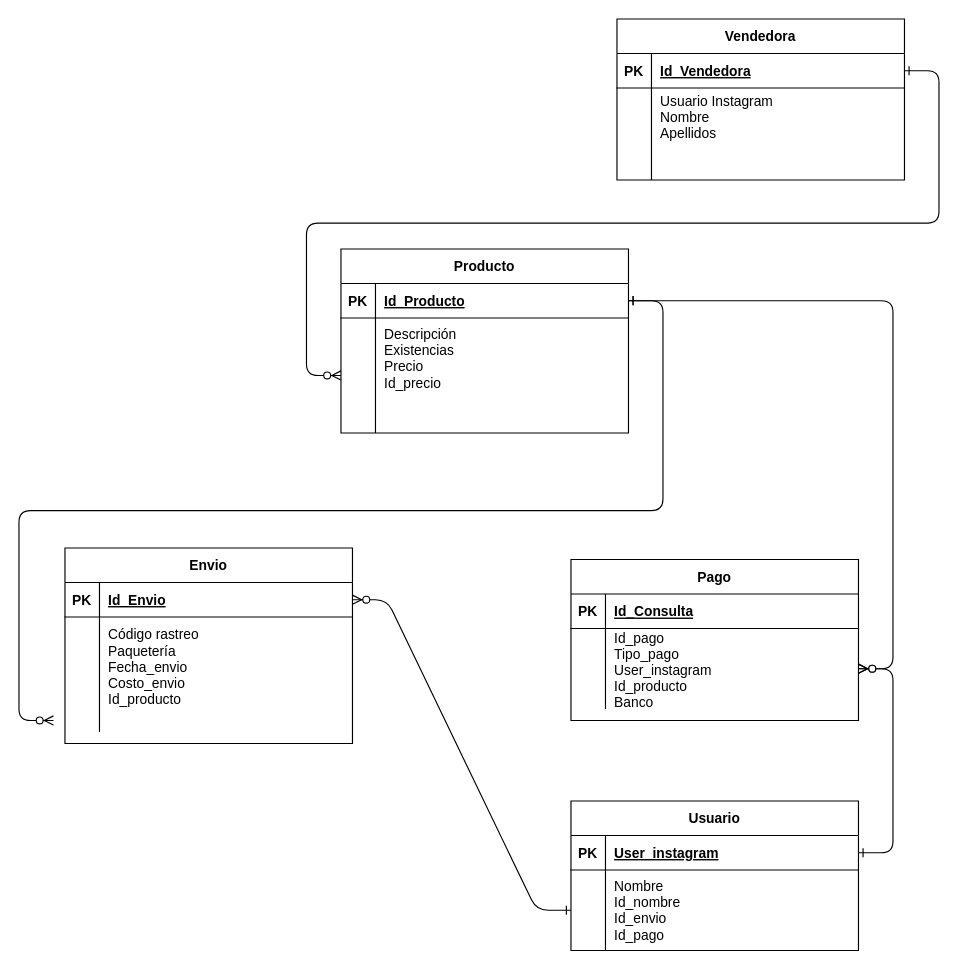
Above: Copy of TEyMD M1 examen 5.drawio in Shanleijest/test (draw.io), before the change. Source tidied: cells renumbered, new cells numbered last; positions are measured from the earlier drawing's top-left corner, leaving out a move shared by most shapes. Both pictures are drawn from the tidied source at 115%, with x=0, y=0 at pixel (53, 18).
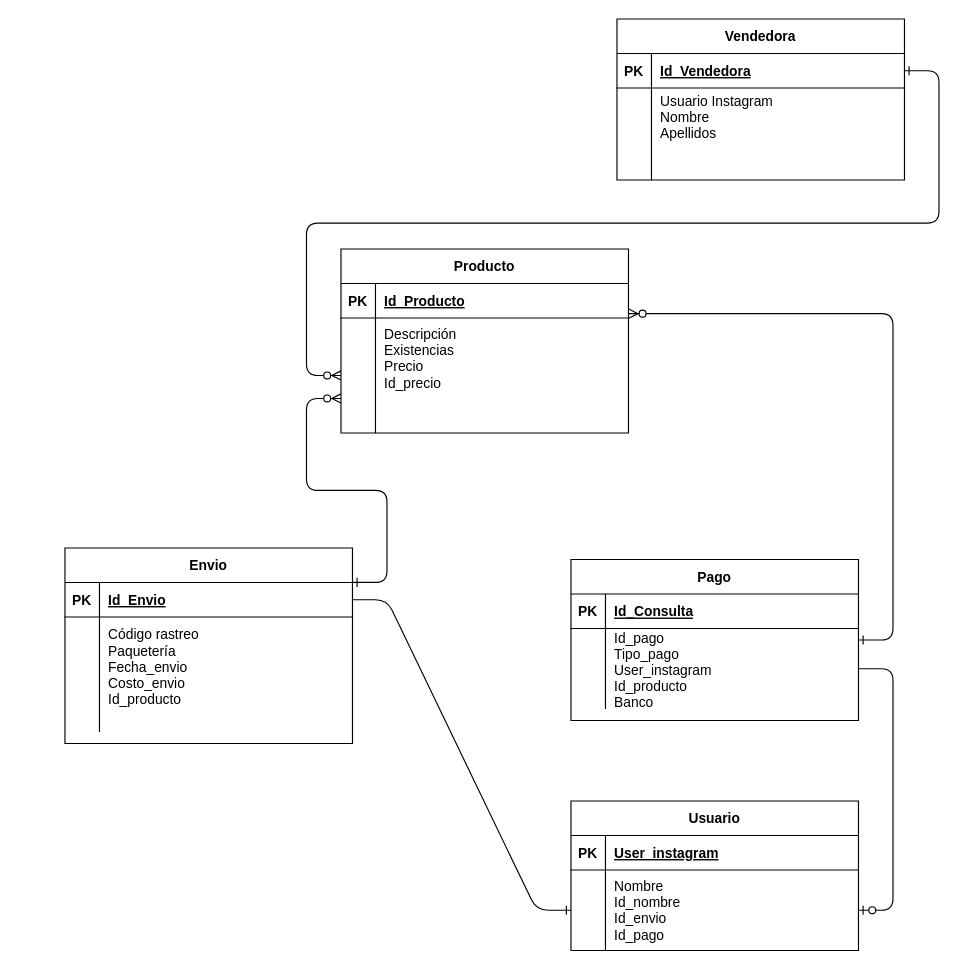
The same page after the edit.

The change refers to these unchanged cells:
```xml
<mxCell id="4" style="shape=partialRectangle;fillColor=none;points=[[0,0.5],[1,0.5]];portConstraint=eastwest;top=0;left=0;right=0;bottom=1;" parent="3" vertex="1">
  <mxGeometry y="30" width="250" height="30" as="geometry" />
</mxCell>
<mxCell id="7" style="shape=partialRectangle;fillColor=none;points=[[0,0.5],[1,0.5]];portConstraint=eastwest;top=0;left=0;right=0;bottom=0;" parent="3" vertex="1">
  <mxGeometry y="60" width="250" height="70" as="geometry" />
</mxCell>
<mxCell id="23" value="Envio" style="shape=table;startSize=30;childLayout=tableLayout;rowLines=0;fontStyle=1;align=center;" parent="1" vertex="1">
  <mxGeometry x="10" y="460" width="250" height="170" as="geometry" />
</mxCell>
<mxCell id="24" style="shape=partialRectangle;fillColor=none;points=[[0,0.5],[1,0.5]];portConstraint=eastwest;top=0;left=0;right=0;bottom=1;" parent="23" vertex="1">
  <mxGeometry y="30" width="250" height="30" as="geometry" />
</mxCell>
<mxCell id="30" value="Pago" style="shape=table;startSize=30;childLayout=tableLayout;rowLines=0;fontStyle=1;align=center;" parent="1" vertex="1">
  <mxGeometry x="450" y="470" width="250" height="140" as="geometry" />
</mxCell>
<mxCell id="34" style="shape=partialRectangle;fillColor=none;points=[[0,0.5],[1,0.5]];portConstraint=eastwest;top=0;left=0;right=0;bottom=0;" parent="30" vertex="1">
  <mxGeometry y="60" width="250" height="70" as="geometry" />
</mxCell>
<mxCell id="40" style="shape=partialRectangle;fillColor=none;points=[[0,0.5],[1,0.5]];portConstraint=eastwest;top=0;left=0;right=0;bottom=1;" parent="39" vertex="1">
  <mxGeometry y="30" width="250" height="30" as="geometry" />
</mxCell>
<mxCell id="43" style="shape=partialRectangle;fillColor=none;points=[[0,0.5],[1,0.5]];portConstraint=eastwest;top=0;left=0;right=0;bottom=0;" parent="39" vertex="1">
  <mxGeometry y="60" width="250" height="70" as="geometry" />
</mxCell>
```

What changed in the source:
```diff
@@
-    <mxCell id="2" style="edgeStyle=entityRelationEdgeStyle;endArrow=ERzeroToMany;startArrow=ERone;endFill=1;startFill=0;exitX=1;exitY=0.5;exitDx=0;exitDy=0;" parent="1" edge="1" source="4">
+    <mxCell id="2" style="edgeStyle=entityRelationEdgeStyle;endArrow=ERzeroToMany;startArrow=ERone;endFill=1;startFill=0;exitX=1;exitY=0.176;exitDx=0;exitDy=0;exitPerimeter=0;" parent="1" edge="1" source="23">
       <mxGeometry relative="1" as="geometry">
-        <mxPoint y="610" as="targetPoint" />
+        <mxPoint x="250" y="330" as="targetPoint" />
       </mxGeometry>
     </mxCell>
@@
-    <mxCell id="38" style="edgeStyle=entityRelationEdgeStyle;endArrow=ERzeroToMany;startArrow=ERone;endFill=1;startFill=0;exitX=1;exitY=0.5;exitDx=0;exitDy=0;" parent="1" edge="1" source="4" target="34">
+    <mxCell id="38" style="edgeStyle=entityRelationEdgeStyle;endArrow=ERzeroToMany;startArrow=ERone;endFill=1;startFill=0;entryX=1.001;entryY=-0.054;entryDx=0;entryDy=0;entryPerimeter=0;" parent="1" edge="1" source="30" target="7">
       <mxGeometry relative="1" as="geometry" />
     </mxCell>
@@
-    <mxCell id="46" style="edgeStyle=entityRelationEdgeStyle;endArrow=ERzeroToMany;startArrow=ERone;endFill=1;startFill=0;exitX=1;exitY=0.5;exitDx=0;exitDy=0;" parent="1" edge="1" source="40" target="34">
-      <mxGeometry relative="1" as="geometry" />
-    </mxCell>
-    <mxCell id="47" style="edgeStyle=entityRelationEdgeStyle;endArrow=ERzeroToMany;startArrow=ERone;endFill=1;startFill=0;exitX=0;exitY=0.5;exitDx=0;exitDy=0;entryX=1;entryY=0.5;entryDx=0;entryDy=0;" parent="1" edge="1" source="43" target="24">
-      <mxGeometry relative="1" as="geometry" />
-    </mxCell>
+    <mxCell id="48" style="edgeStyle=entityRelationEdgeStyle;fontSize=12;html=1;endArrow=ERzeroToOne;endFill=1;entryX=1;entryY=0.5;entryDx=0;entryDy=0;" parent="1" edge="1" source="34" target="43">
+      <mxGeometry relative="1" as="geometry" />
+    </mxCell>
+    <mxCell id="49" style="edgeStyle=entityRelationEdgeStyle;fontSize=12;html=1;endArrow=ERone;endFill=1;exitX=1;exitY=0.5;exitDx=0;exitDy=0;entryX=0;entryY=0.5;entryDx=0;entryDy=0;" parent="1" edge="1" source="24" target="43">
+      <mxGeometry relative="1" as="geometry" />
+    </mxCell>
```
